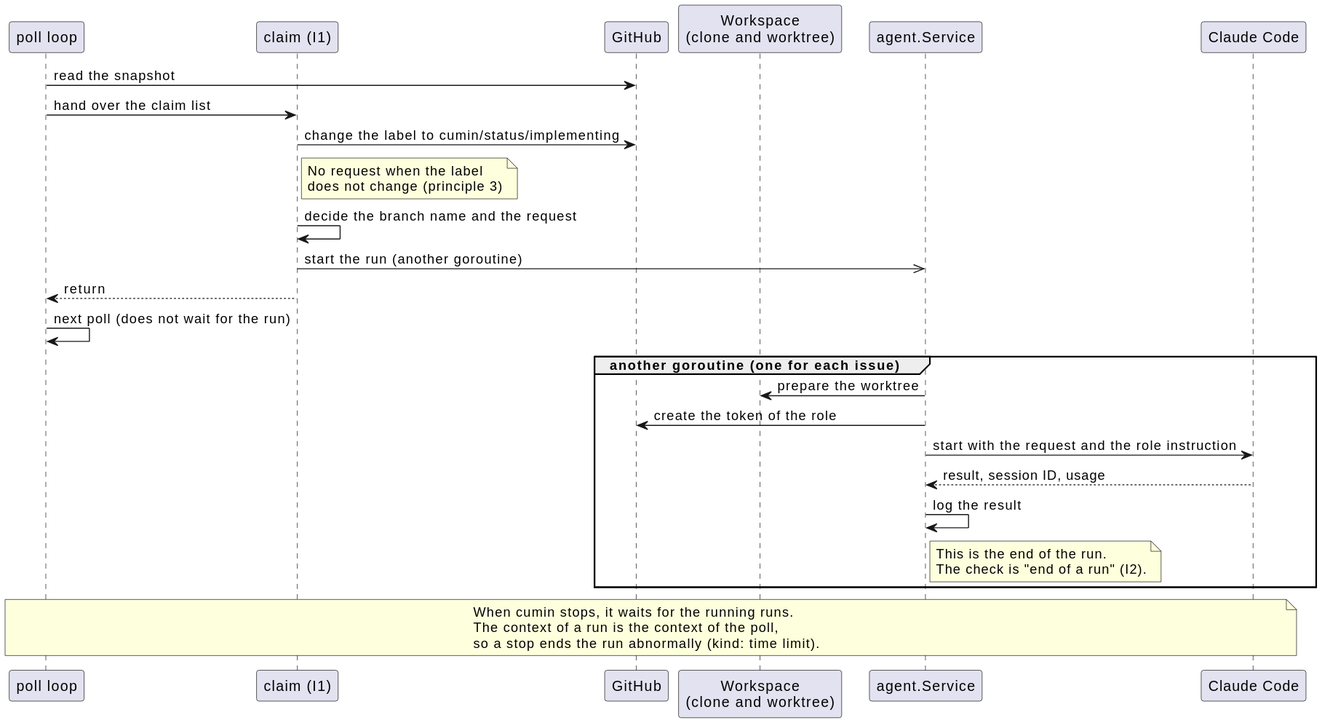
Earlier version of the PlantUML export docs/ja/designs/poll-start.svg (cloveclovedev/cumin-works).
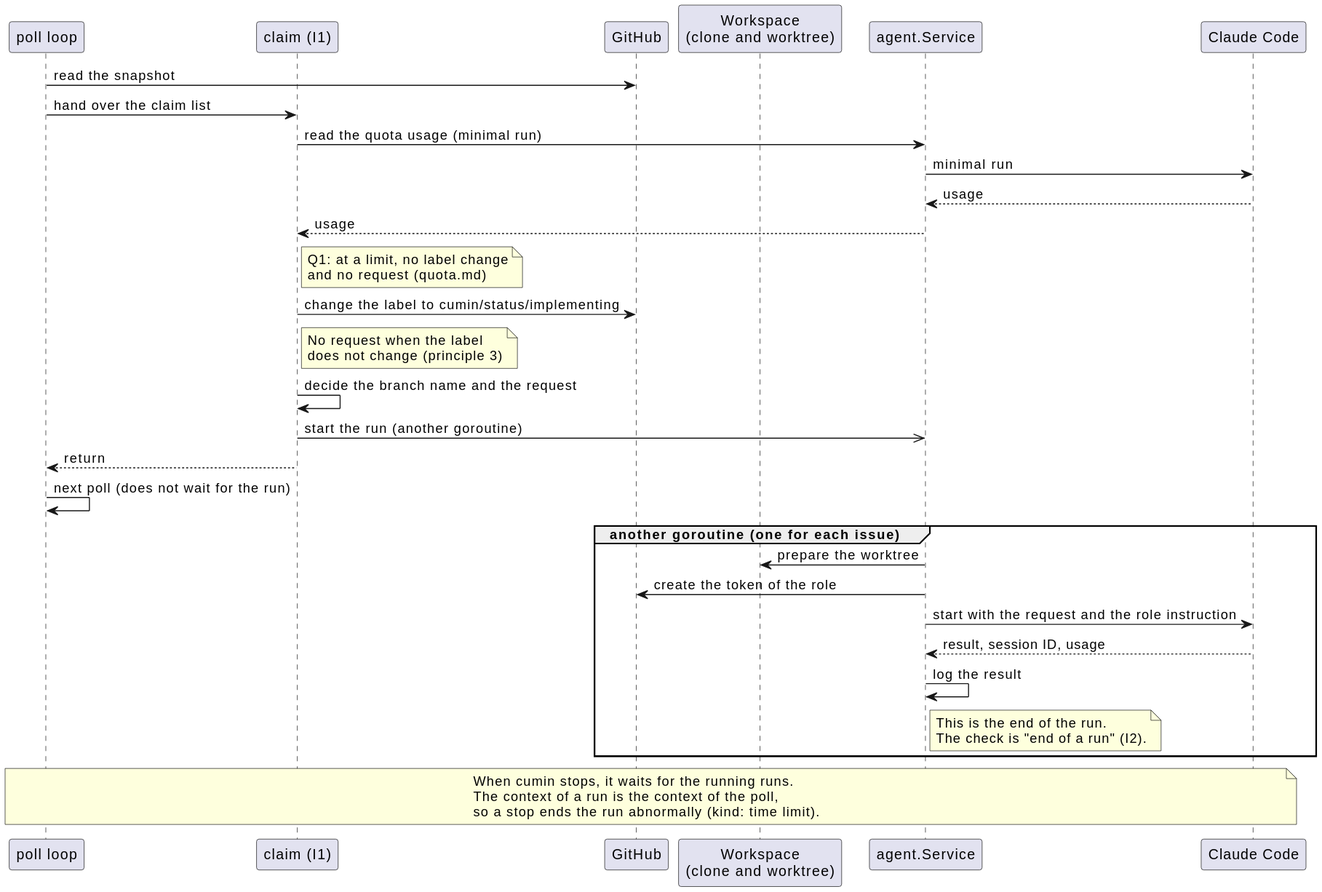
The same file after the commit.

What changed in the source:
```diff
@@ -11,6 +11,14 @@
 
 poll -> gh: read the snapshot
 poll -> claim: hand over the claim list
+claim -> agents: read the quota usage (minimal run)
+agents -> cli: minimal run
+cli --> agents: usage
+agents --> claim: usage
+note right of claim
+  Q1: at a limit, no label change
+  and no request (quota.md)
+end note
 claim -> gh: change the label to cumin/status/implementing
 note right of claim
   No request when the label
```
